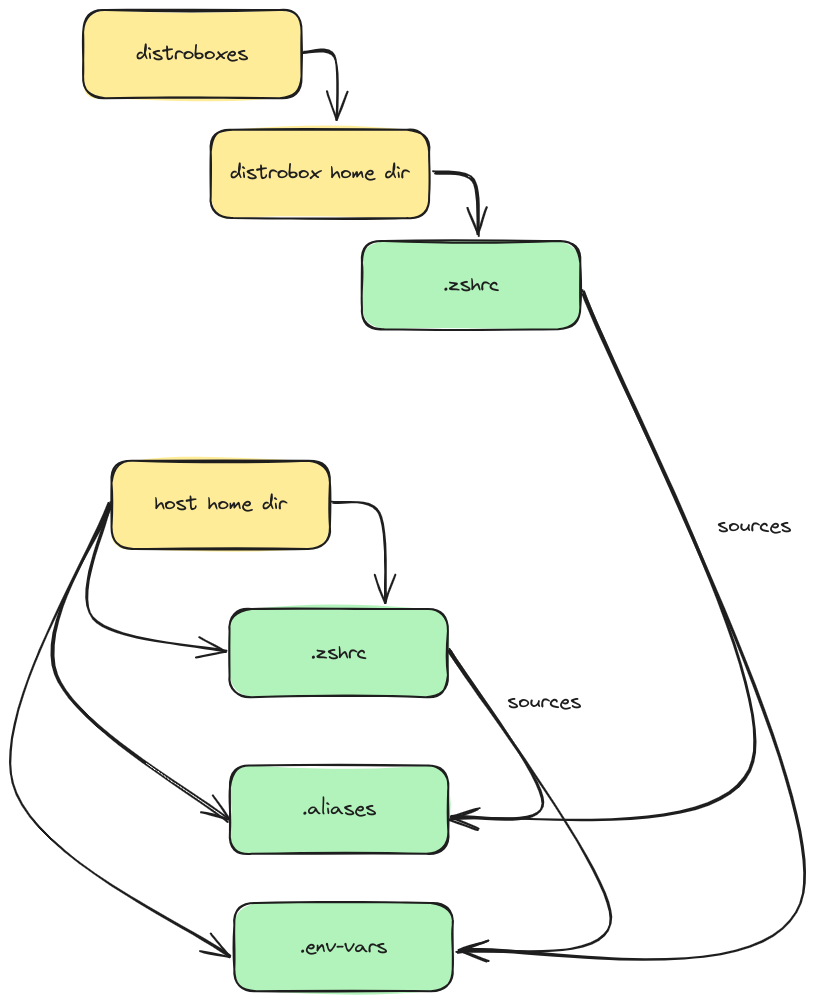
Above: dev-ubuntu/diagram.excalidraw.png in mrllama123/dotfiles (Excalidraw), before the change. Source tidied: one line per element, renumbered; positions are measured from the earlier drawing's top-left corner, leaving out a move shared by most shapes.
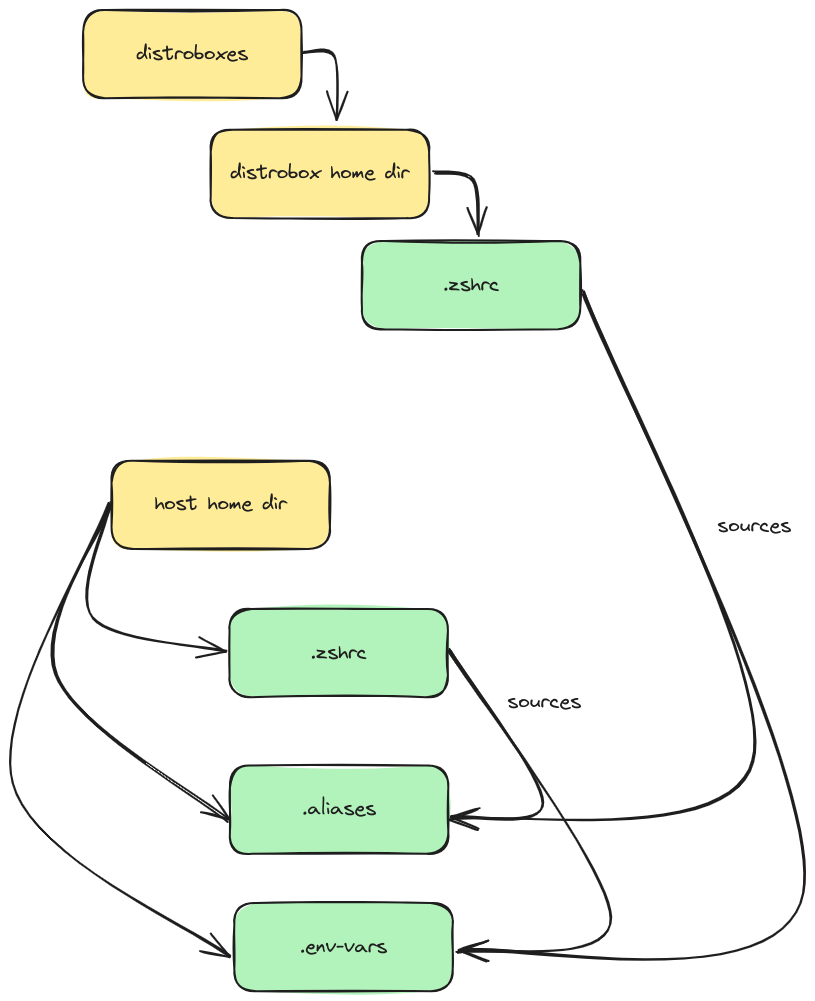
The same file after the commit.

Diff of the diagram source:
```diff
@@ -23,4 +23,3 @@
 {"id": 22, "type": "text", "text": "sources", "strokeColor": "#1e1e1e", "backgroundColor": "#b2f2bb", "fillStyle": "solid", "strokeWidth": 2, "roughness": 1, "fontSize": 20, "fontFamily": 1, "x": 706, "y": 504, "width": 74, "height": 25}
 {"id": 23, "type": "arrow", "strokeColor": "#1e1e1e", "backgroundColor": "#b2f2bb", "fillStyle": "solid", "strokeWidth": 2, "roughness": 1, "endArrowhead": "arrow", "round": true, "from": 12, "to": 10, "x": 437, "y": 640, "width": 94, "height": 167, "points": [[0, 0], [94, 152], [2, 167]]}
 {"id": 24, "type": "arrow", "strokeColor": "#1e1e1e", "backgroundColor": "#b2f2bb", "fillStyle": "solid", "strokeWidth": 2, "roughness": 1, "endArrowhead": "arrow", "round": true, "from": 12, "to": 8, "x": 437, "y": 640, "width": 162, "height": 302, "points": [[0, 0], [162, 267], [10, 302]]}
-{"id": 25, "type": "arrow", "strokeColor": "#1e1e1e", "backgroundColor": "#b2f2bb", "fillStyle": "solid", "strokeWidth": 2, "roughness": 1, "endArrowhead": "arrow", "round": true, "from": 4, "to": 12, "x": 321, "y": 493, "width": 54, "height": 98, "points": [[0, 0], [46, 10], [54, 98]]}
```
